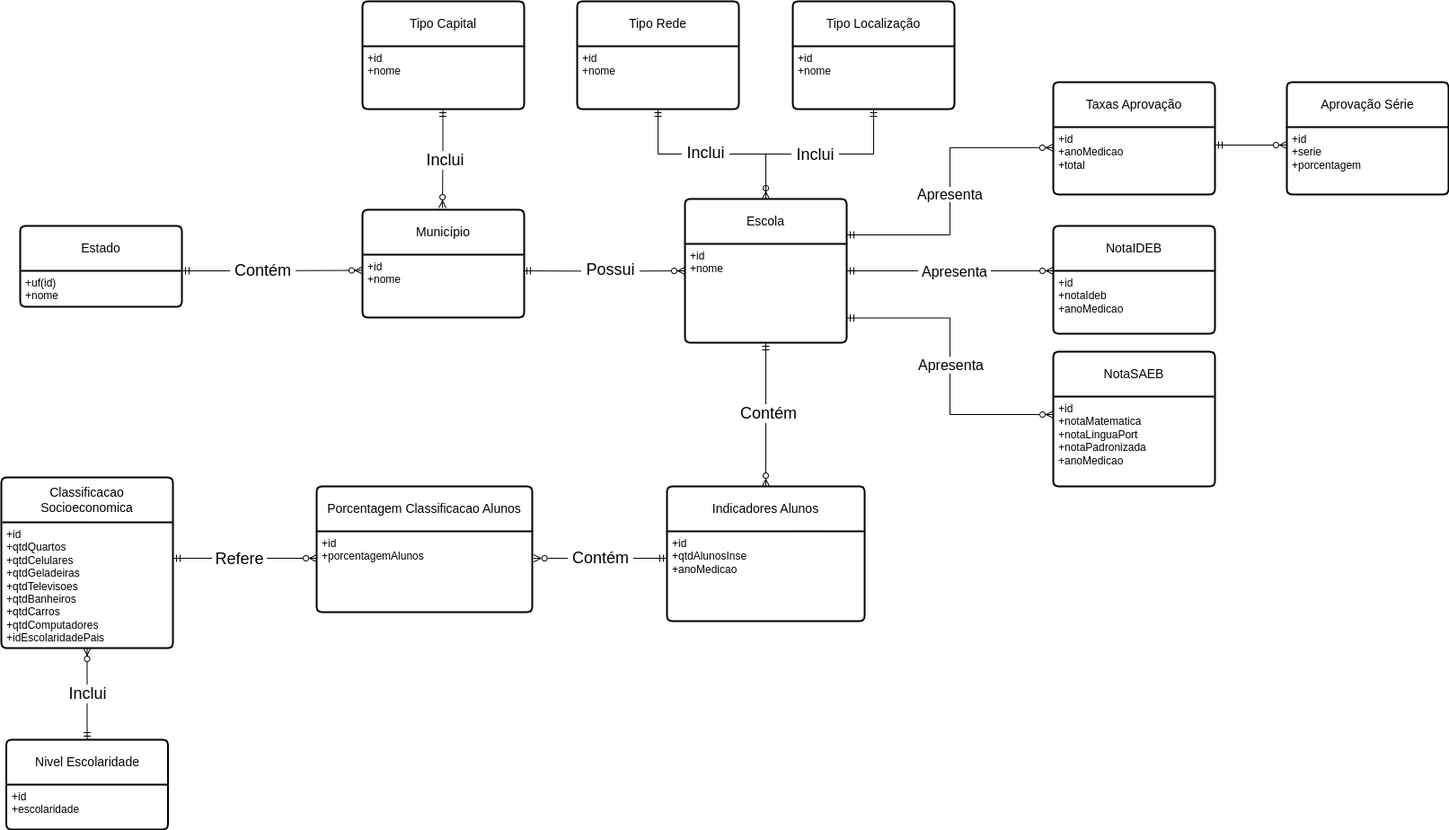
Above: models/Conceptual_Model.png in lucas-lembo/socioeconomic-education-impact-psql (draw.io), before the change. Source tidied: cells renumbered, new cells last; positions are measured from the earlier drawing's top-left corner, leaving out a move shared by most shapes.
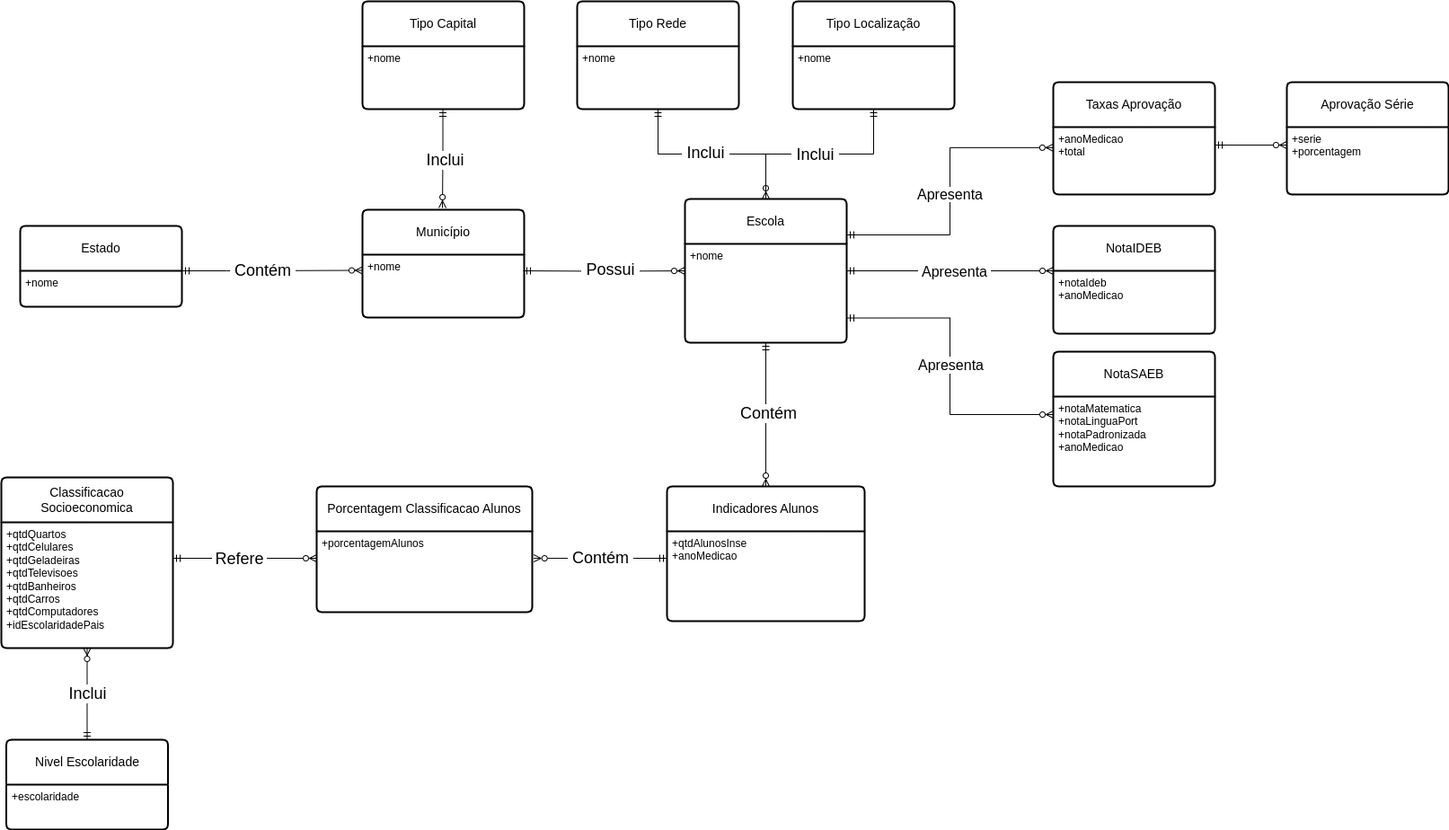
Later version of the same file.

Commit message:
Removing ids from the conceptual model

Diff of the diagram source:
```diff
@@ -16,13 +16,13 @@
     <mxCell id="4" value="Estado" style="swimlane;horizontal=1;startSize=50;rounded=1;fontSize=14;fontStyle=0;strokeWidth=2;shadow=0;dashed=0;align=center;arcSize=4;whiteSpace=wrap;html=1;" parent="1" vertex="1">
       <mxGeometry x="21" y="250" width="180" height="90" as="geometry" />
     </mxCell>
-    <mxCell id="5" value="+uf(id)&lt;div&gt;+nome&lt;/div&gt;" style="align=left;strokeColor=none;fillColor=none;spacingLeft=4;spacingRight=4;fontSize=12;verticalAlign=top;html=1;whiteSpace=wrap;" parent="4" vertex="1">
+    <mxCell id="5" value="&lt;div&gt;+nome&lt;/div&gt;" style="align=left;strokeColor=none;fillColor=none;spacingLeft=4;spacingRight=4;fontSize=12;verticalAlign=top;html=1;whiteSpace=wrap;" parent="4" vertex="1">
       <mxGeometry y="50" width="180" height="40" as="geometry" />
     </mxCell>
     <mxCell id="6" value="Município" style="swimlane;horizontal=1;startSize=50;rounded=1;fontSize=14;fontStyle=0;strokeWidth=2;shadow=0;dashed=0;align=center;arcSize=4;whiteSpace=wrap;html=1;" parent="1" vertex="1">
       <mxGeometry x="402" y="232" width="180" height="120" as="geometry" />
     </mxCell>
-    <mxCell id="7" value="+id&lt;span style=&quot;background-color: transparent; color: light-dark(rgb(0, 0, 0), rgb(255, 255, 255));&quot;&gt;&amp;nbsp;&lt;/span&gt;&lt;div&gt;&lt;div&gt;+nome&lt;/div&gt;&lt;/div&gt;&lt;div&gt;&lt;br&gt;&lt;/div&gt;" style="align=left;strokeColor=none;fillColor=none;spacingLeft=4;spacingRight=4;fontSize=12;verticalAlign=top;html=1;whiteSpace=wrap;" parent="6" vertex="1">
+    <mxCell id="7" value="&lt;div&gt;&lt;div&gt;+nome&lt;/div&gt;&lt;/div&gt;&lt;div&gt;&lt;br&gt;&lt;/div&gt;" style="align=left;strokeColor=none;fillColor=none;spacingLeft=4;spacingRight=4;fontSize=12;verticalAlign=top;html=1;whiteSpace=wrap;" parent="6" vertex="1">
       <mxGeometry y="50" width="180" height="70" as="geometry" />
     </mxCell>
     <mxCell id="8" style="edgeStyle=orthogonalEdgeStyle;rounded=0;jettySize=auto;html=1;exitX=0.5;exitY=0;exitDx=0;exitDy=0;entryX=0.5;entryY=1;entryDx=0;entryDy=0;endArrow=ERmandOne;endFill=0;startArrow=ERzeroToMany;startFill=0;" parent="1" edge="1" source="12" target="53">
@@ -40,37 +40,37 @@
     <mxCell id="12" value="Escola" style="swimlane;horizontal=1;startSize=50;rounded=1;fontSize=14;fontStyle=0;strokeWidth=2;shadow=0;dashed=0;align=center;arcSize=4;whiteSpace=wrap;html=1;" parent="1" vertex="1">
       <mxGeometry x="761" y="220" width="180" height="160" as="geometry" />
     </mxCell>
-    <mxCell id="13" value="+id&lt;div&gt;&lt;span style=&quot;background-color: transparent; color: light-dark(rgb(0, 0, 0), rgb(255, 255, 255));&quot;&gt;+nome&lt;/span&gt;&lt;/div&gt;" style="align=left;strokeColor=none;fillColor=none;spacingLeft=4;spacingRight=4;fontSize=12;verticalAlign=top;html=1;whiteSpace=wrap;" parent="12" vertex="1">
+    <mxCell id="13" value="&lt;div&gt;&lt;span style=&quot;background-color: transparent; color: light-dark(rgb(0, 0, 0), rgb(255, 255, 255));&quot;&gt;+nome&lt;/span&gt;&lt;/div&gt;" style="align=left;strokeColor=none;fillColor=none;spacingLeft=4;spacingRight=4;fontSize=12;verticalAlign=top;html=1;whiteSpace=wrap;" parent="12" vertex="1">
       <mxGeometry y="50" width="180" height="110" as="geometry" />
     </mxCell>
     <mxCell id="14" value="Classificacao Socioeconomica" style="swimlane;horizontal=1;startSize=50;rounded=1;fontSize=14;fontStyle=0;strokeWidth=2;shadow=0;dashed=0;align=center;arcSize=4;whiteSpace=wrap;html=1;" parent="1" vertex="1">
       <mxGeometry y="530" width="191" height="190" as="geometry" />
     </mxCell>
-    <mxCell id="15" value="&lt;div&gt;+id&lt;/div&gt;&lt;div&gt;+qtdQuartos&lt;/div&gt;&lt;div&gt;+qtdCelulares&lt;/div&gt;&lt;div&gt;&lt;span style=&quot;background-color: transparent; color: light-dark(rgb(0, 0, 0), rgb(255, 255, 255));&quot;&gt;+qtdGeladeiras&lt;/span&gt;&lt;/div&gt;&lt;div&gt;+qtdTelevisoes&lt;/div&gt;&lt;div&gt;&lt;div&gt;&lt;span style=&quot;background-color: transparent; color: light-dark(rgb(0, 0, 0), rgb(255, 255, 255));&quot;&gt;+qtdBanheiros&lt;/span&gt;&lt;/div&gt;&lt;/div&gt;&lt;div&gt;&lt;span style=&quot;background-color: transparent; color: light-dark(rgb(0, 0, 0), rgb(255, 255, 255));&quot;&gt;+qtdCarros&lt;/span&gt;&lt;/div&gt;&lt;div&gt;+qtdComputadores&lt;/div&gt;&lt;div&gt;&lt;div&gt;+idEscolaridadePais&lt;/div&gt;&lt;/div&gt;&lt;div&gt;&lt;br&gt;&lt;/div&gt;" style="align=left;strokeColor=none;fillColor=none;spacingLeft=4;spacingRight=4;fontSize=12;verticalAlign=top;html=1;whiteSpace=wrap;" parent="14" vertex="1">
+    <mxCell id="15" value="&lt;div&gt;&lt;span style=&quot;background-color: transparent; color: light-dark(rgb(0, 0, 0), rgb(255, 255, 255));&quot;&gt;+qtdQuartos&lt;/span&gt;&lt;/div&gt;&lt;div&gt;+qtdCelulares&lt;/div&gt;&lt;div&gt;&lt;span style=&quot;background-color: transparent; color: light-dark(rgb(0, 0, 0), rgb(255, 255, 255));&quot;&gt;+qtdGeladeiras&lt;/span&gt;&lt;/div&gt;&lt;div&gt;+qtdTelevisoes&lt;/div&gt;&lt;div&gt;&lt;div&gt;&lt;span style=&quot;background-color: transparent; color: light-dark(rgb(0, 0, 0), rgb(255, 255, 255));&quot;&gt;+qtdBanheiros&lt;/span&gt;&lt;/div&gt;&lt;/div&gt;&lt;div&gt;&lt;span style=&quot;background-color: transparent; color: light-dark(rgb(0, 0, 0), rgb(255, 255, 255));&quot;&gt;+qtdCarros&lt;/span&gt;&lt;/div&gt;&lt;div&gt;+qtdComputadores&lt;/div&gt;&lt;div&gt;&lt;div&gt;+idEscolaridadePais&lt;/div&gt;&lt;/div&gt;&lt;div&gt;&lt;br&gt;&lt;/div&gt;" style="align=left;strokeColor=none;fillColor=none;spacingLeft=4;spacingRight=4;fontSize=12;verticalAlign=top;html=1;whiteSpace=wrap;" parent="14" vertex="1">
       <mxGeometry y="50" width="191" height="140" as="geometry" />
     </mxCell>
     <mxCell id="16" value="NotaSAEB" style="swimlane;horizontal=1;startSize=50;rounded=1;fontSize=14;fontStyle=0;strokeWidth=2;shadow=0;dashed=0;align=center;arcSize=4;whiteSpace=wrap;html=1;" parent="1" vertex="1">
       <mxGeometry x="1171" y="390" width="180" height="150" as="geometry" />
     </mxCell>
-    <mxCell id="17" value="+id&lt;div&gt;&lt;div&gt;&lt;span style=&quot;background-color: transparent; color: light-dark(rgb(0, 0, 0), rgb(255, 255, 255));&quot;&gt;+notaMatematica&lt;/span&gt;&lt;/div&gt;&lt;div&gt;+notaLinguaPort&lt;/div&gt;&lt;div&gt;+notaPadronizada&lt;/div&gt;&lt;div&gt;+anoMedicao&lt;/div&gt;&lt;/div&gt;" style="align=left;strokeColor=none;fillColor=none;spacingLeft=4;spacingRight=4;fontSize=12;verticalAlign=top;html=1;whiteSpace=wrap;" parent="16" vertex="1">
+    <mxCell id="17" value="&lt;div&gt;&lt;div&gt;&lt;span style=&quot;background-color: transparent; color: light-dark(rgb(0, 0, 0), rgb(255, 255, 255));&quot;&gt;+notaMatematica&lt;/span&gt;&lt;/div&gt;&lt;div&gt;+notaLinguaPort&lt;/div&gt;&lt;div&gt;+notaPadronizada&lt;/div&gt;&lt;div&gt;+anoMedicao&lt;/div&gt;&lt;/div&gt;" style="align=left;strokeColor=none;fillColor=none;spacingLeft=4;spacingRight=4;fontSize=12;verticalAlign=top;html=1;whiteSpace=wrap;" parent="16" vertex="1">
       <mxGeometry y="50" width="180" height="100" as="geometry" />
     </mxCell>
     <mxCell id="18" value="NotaIDEB" style="swimlane;horizontal=1;startSize=50;rounded=1;fontSize=14;fontStyle=0;strokeWidth=2;shadow=0;dashed=0;align=center;arcSize=4;whiteSpace=wrap;html=1;" parent="1" vertex="1">
       <mxGeometry x="1171" y="250" width="180" height="120" as="geometry" />
     </mxCell>
-    <mxCell id="19" value="+id&lt;div&gt;&lt;span style=&quot;background-color: transparent; color: light-dark(rgb(0, 0, 0), rgb(255, 255, 255));&quot;&gt;+notaIdeb&lt;/span&gt;&lt;div&gt;&lt;div&gt;&lt;span style=&quot;background-color: transparent; color: light-dark(rgb(0, 0, 0), rgb(255, 255, 255));&quot;&gt;+anoMedicao&lt;/span&gt;&lt;/div&gt;&lt;/div&gt;&lt;/div&gt;" style="align=left;strokeColor=none;fillColor=none;spacingLeft=4;spacingRight=4;fontSize=12;verticalAlign=top;html=1;whiteSpace=wrap;" parent="18" vertex="1">
+    <mxCell id="19" value="&lt;div&gt;&lt;span style=&quot;background-color: transparent; color: light-dark(rgb(0, 0, 0), rgb(255, 255, 255));&quot;&gt;+notaIdeb&lt;/span&gt;&lt;div&gt;&lt;div&gt;&lt;span style=&quot;background-color: transparent; color: light-dark(rgb(0, 0, 0), rgb(255, 255, 255));&quot;&gt;+anoMedicao&lt;/span&gt;&lt;/div&gt;&lt;/div&gt;&lt;/div&gt;" style="align=left;strokeColor=none;fillColor=none;spacingLeft=4;spacingRight=4;fontSize=12;verticalAlign=top;html=1;whiteSpace=wrap;" parent="18" vertex="1">
       <mxGeometry y="50" width="180" height="70" as="geometry" />
     </mxCell>
     <mxCell id="20" value="Taxas Aprovação" style="swimlane;horizontal=1;startSize=50;rounded=1;fontSize=14;fontStyle=0;strokeWidth=2;shadow=0;dashed=0;align=center;arcSize=4;whiteSpace=wrap;html=1;" parent="1" vertex="1">
       <mxGeometry x="1171" y="90" width="180" height="125" as="geometry" />
     </mxCell>
-    <mxCell id="21" value="+id&lt;div&gt;&lt;div&gt;&lt;div&gt;&lt;span style=&quot;background-color: transparent; color: light-dark(rgb(0, 0, 0), rgb(255, 255, 255));&quot;&gt;+anoMedicao&lt;/span&gt;&lt;/div&gt;&lt;/div&gt;&lt;/div&gt;&lt;div&gt;&lt;span style=&quot;background-color: transparent; color: light-dark(rgb(0, 0, 0), rgb(255, 255, 255));&quot;&gt;+total&lt;/span&gt;&lt;/div&gt;" style="align=left;strokeColor=none;fillColor=none;spacingLeft=4;spacingRight=4;fontSize=12;verticalAlign=top;html=1;whiteSpace=wrap;" parent="20" vertex="1">
+    <mxCell id="21" value="&lt;div&gt;&lt;div&gt;&lt;div&gt;&lt;span style=&quot;background-color: transparent; color: light-dark(rgb(0, 0, 0), rgb(255, 255, 255));&quot;&gt;+anoMedicao&lt;/span&gt;&lt;/div&gt;&lt;/div&gt;&lt;/div&gt;&lt;div&gt;&lt;span style=&quot;background-color: transparent; color: light-dark(rgb(0, 0, 0), rgb(255, 255, 255));&quot;&gt;+total&lt;/span&gt;&lt;/div&gt;" style="align=left;strokeColor=none;fillColor=none;spacingLeft=4;spacingRight=4;fontSize=12;verticalAlign=top;html=1;whiteSpace=wrap;" parent="20" vertex="1">
       <mxGeometry y="50" width="180" height="75" as="geometry" />
     </mxCell>
     <mxCell id="22" value="Nivel Escolaridade" style="swimlane;horizontal=1;startSize=50;rounded=1;fontSize=14;fontStyle=0;strokeWidth=2;shadow=0;dashed=0;align=center;arcSize=4;whiteSpace=wrap;html=1;" parent="1" vertex="1">
       <mxGeometry x="5.5" y="822" width="180" height="100" as="geometry" />
     </mxCell>
-    <mxCell id="23" value="&lt;div&gt;&lt;span style=&quot;background-color: transparent; color: light-dark(rgb(0, 0, 0), rgb(255, 255, 255));&quot;&gt;+id&lt;/span&gt;&lt;/div&gt;&lt;div&gt;&lt;span style=&quot;background-color: transparent; color: light-dark(rgb(0, 0, 0), rgb(255, 255, 255));&quot;&gt;+escolaridade&lt;/span&gt;&lt;/div&gt;" style="align=left;strokeColor=none;fillColor=none;spacingLeft=4;spacingRight=4;fontSize=12;verticalAlign=top;html=1;whiteSpace=wrap;" parent="22" vertex="1">
+    <mxCell id="23" value="&lt;div&gt;&lt;span style=&quot;background-color: transparent; color: light-dark(rgb(0, 0, 0), rgb(255, 255, 255));&quot;&gt;+escolaridade&lt;/span&gt;&lt;/div&gt;" style="align=left;strokeColor=none;fillColor=none;spacingLeft=4;spacingRight=4;fontSize=12;verticalAlign=top;html=1;whiteSpace=wrap;" parent="22" vertex="1">
       <mxGeometry y="50" width="180" height="50" as="geometry" />
     </mxCell>
     <mxCell id="24" style="edgeStyle=orthogonalEdgeStyle;rounded=0;jettySize=auto;html=1;entryX=0;entryY=0.25;entryDx=0;entryDy=0;endArrow=ERzeroToMany;endFill=0;startArrow=ERmandOne;startFill=0;" parent="1" edge="1" source="5" target="7">
@@ -97,7 +97,7 @@
     <mxCell id="28" value="Indicadores Alunos" style="swimlane;horizontal=1;startSize=50;rounded=1;fontSize=14;fontStyle=0;strokeWidth=2;shadow=0;dashed=0;align=center;arcSize=4;whiteSpace=wrap;html=1;" parent="1" vertex="1">
       <mxGeometry x="741" y="540" width="220" height="150" as="geometry" />
     </mxCell>
-    <mxCell id="29" value="+id&lt;div&gt;&lt;div&gt;&lt;div&gt;+qtdAlunosInse&lt;/div&gt;&lt;/div&gt;&lt;div&gt;+anoMedicao&lt;/div&gt;&lt;/div&gt;" style="align=left;strokeColor=none;fillColor=none;spacingLeft=4;spacingRight=4;fontSize=12;verticalAlign=top;html=1;whiteSpace=wrap;" parent="28" vertex="1">
+    <mxCell id="29" value="&lt;div&gt;&lt;div&gt;&lt;div&gt;+qtdAlunosInse&lt;/div&gt;&lt;/div&gt;&lt;div&gt;+anoMedicao&lt;/div&gt;&lt;/div&gt;" style="align=left;strokeColor=none;fillColor=none;spacingLeft=4;spacingRight=4;fontSize=12;verticalAlign=top;html=1;whiteSpace=wrap;" parent="28" vertex="1">
       <mxGeometry y="50" width="220" height="100" as="geometry" />
     </mxCell>
     <mxCell id="30" style="edgeStyle=orthogonalEdgeStyle;rounded=0;jettySize=auto;html=1;entryX=0.5;entryY=0;entryDx=0;entryDy=0;endArrow=ERzeroToMany;endFill=0;startArrow=ERmandOne;startFill=0;exitX=0.5;exitY=1;exitDx=0;exitDy=0;" parent="1" edge="1" source="13" target="28">
@@ -112,7 +112,7 @@
     <mxCell id="33" value="Porcentagem Classificacao Alunos" style="swimlane;horizontal=1;startSize=50;rounded=1;fontSize=14;fontStyle=0;strokeWidth=2;shadow=0;dashed=0;align=center;arcSize=4;whiteSpace=wrap;html=1;" parent="1" vertex="1">
       <mxGeometry x="351" y="540" width="240" height="140" as="geometry" />
     </mxCell>
-    <mxCell id="34" value="&lt;div&gt;&lt;span style=&quot;background-color: transparent; color: light-dark(rgb(0, 0, 0), rgb(255, 255, 255));&quot;&gt;+id&lt;/span&gt;&lt;/div&gt;&lt;div style=&quot;&quot;&gt;&lt;div&gt;+porcentagemAlunos&lt;/div&gt;&lt;/div&gt;" style="align=left;strokeColor=none;fillColor=none;spacingLeft=4;spacingRight=4;fontSize=12;verticalAlign=top;html=1;whiteSpace=wrap;" parent="33" vertex="1">
+    <mxCell id="34" value="&lt;div&gt;&lt;span style=&quot;background-color: transparent; color: light-dark(rgb(0, 0, 0), rgb(255, 255, 255));&quot;&gt;+porcentagemAlunos&lt;/span&gt;&lt;/div&gt;" style="align=left;strokeColor=none;fillColor=none;spacingLeft=4;spacingRight=4;fontSize=12;verticalAlign=top;html=1;whiteSpace=wrap;" parent="33" vertex="1">
       <mxGeometry y="50" width="240" height="90" as="geometry" />
     </mxCell>
     <mxCell id="35" style="edgeStyle=orthogonalEdgeStyle;rounded=0;jettySize=auto;html=1;entryX=1.007;entryY=0.334;entryDx=0;entryDy=0;entryPerimeter=0;endArrow=ERzeroToMany;endFill=0;startArrow=ERmandOne;startFill=0;" parent="1" edge="1" source="29" target="34">
@@ -186,7 +186,7 @@
     <mxCell id="47" value="Aprovação Série" style="swimlane;horizontal=1;startSize=50;rounded=1;fontSize=14;fontStyle=0;strokeWidth=2;shadow=0;dashed=0;align=center;arcSize=4;whiteSpace=wrap;html=1;" parent="1" vertex="1">
       <mxGeometry x="1431" y="90" width="180" height="125" as="geometry" />
     </mxCell>
-    <mxCell id="48" value="+id&lt;div&gt;+serie&lt;br&gt;&lt;div&gt;&lt;div&gt;&lt;div&gt;&lt;span style=&quot;background-color: transparent; color: light-dark(rgb(0, 0, 0), rgb(255, 255, 255));&quot;&gt;+porcentagem&lt;/span&gt;&lt;/div&gt;&lt;/div&gt;&lt;/div&gt;&lt;/div&gt;" style="align=left;strokeColor=none;fillColor=none;spacingLeft=4;spacingRight=4;fontSize=12;verticalAlign=top;html=1;whiteSpace=wrap;" parent="47" vertex="1">
+    <mxCell id="48" value="&lt;div&gt;+serie&lt;br&gt;&lt;div&gt;&lt;div&gt;&lt;div&gt;&lt;span style=&quot;background-color: transparent; color: light-dark(rgb(0, 0, 0), rgb(255, 255, 255));&quot;&gt;+porcentagem&lt;/span&gt;&lt;/div&gt;&lt;/div&gt;&lt;/div&gt;&lt;/div&gt;" style="align=left;strokeColor=none;fillColor=none;spacingLeft=4;spacingRight=4;fontSize=12;verticalAlign=top;html=1;whiteSpace=wrap;" parent="47" vertex="1">
       <mxGeometry y="50" width="180" height="75" as="geometry" />
     </mxCell>
     <mxCell id="49" style="edgeStyle=orthogonalEdgeStyle;rounded=0;jettySize=auto;html=1;endArrow=ERzeroToMany;endFill=0;startArrow=ERmandOne;startFill=0;" parent="1" edge="1" source="21">
@@ -200,19 +200,19 @@
     <mxCell id="50" value="Tipo Capital" style="swimlane;horizontal=1;startSize=50;rounded=1;fontSize=14;fontStyle=0;strokeWidth=2;shadow=0;dashed=0;align=center;arcSize=4;whiteSpace=wrap;html=1;" parent="1" vertex="1">
       <mxGeometry x="402" width="180" height="120" as="geometry" />
     </mxCell>
-    <mxCell id="51" value="+id&lt;span style=&quot;background-color: transparent; color: light-dark(rgb(0, 0, 0), rgb(255, 255, 255));&quot;&gt;&amp;nbsp;&lt;/span&gt;&lt;div&gt;&lt;div&gt;+nome&lt;/div&gt;&lt;/div&gt;" style="align=left;strokeColor=none;fillColor=none;spacingLeft=4;spacingRight=4;fontSize=12;verticalAlign=top;html=1;whiteSpace=wrap;" parent="50" vertex="1">
+    <mxCell id="51" value="&lt;div&gt;&lt;div&gt;+nome&lt;/div&gt;&lt;/div&gt;" style="align=left;strokeColor=none;fillColor=none;spacingLeft=4;spacingRight=4;fontSize=12;verticalAlign=top;html=1;whiteSpace=wrap;" parent="50" vertex="1">
       <mxGeometry y="50" width="180" height="70" as="geometry" />
     </mxCell>
     <mxCell id="52" value="Tipo Rede" style="swimlane;horizontal=1;startSize=50;rounded=1;fontSize=14;fontStyle=0;strokeWidth=2;shadow=0;dashed=0;align=center;arcSize=4;whiteSpace=wrap;html=1;" parent="1" vertex="1">
       <mxGeometry x="641" width="180" height="120" as="geometry" />
     </mxCell>
-    <mxCell id="53" value="+id&lt;span style=&quot;background-color: transparent; color: light-dark(rgb(0, 0, 0), rgb(255, 255, 255));&quot;&gt;&amp;nbsp;&lt;/span&gt;&lt;div&gt;&lt;div&gt;+nome&lt;/div&gt;&lt;/div&gt;" style="align=left;strokeColor=none;fillColor=none;spacingLeft=4;spacingRight=4;fontSize=12;verticalAlign=top;html=1;whiteSpace=wrap;" parent="52" vertex="1">
+    <mxCell id="53" value="&lt;div&gt;&lt;div&gt;+nome&lt;/div&gt;&lt;/div&gt;" style="align=left;strokeColor=none;fillColor=none;spacingLeft=4;spacingRight=4;fontSize=12;verticalAlign=top;html=1;whiteSpace=wrap;" parent="52" vertex="1">
       <mxGeometry y="50" width="180" height="70" as="geometry" />
     </mxCell>
     <mxCell id="54" value="Tipo Localização" style="swimlane;horizontal=1;startSize=50;rounded=1;fontSize=14;fontStyle=0;strokeWidth=2;shadow=0;dashed=0;align=center;arcSize=4;whiteSpace=wrap;html=1;" parent="1" vertex="1">
       <mxGeometry x="881" width="180" height="120" as="geometry" />
     </mxCell>
-    <mxCell id="55" value="+id&lt;span style=&quot;background-color: transparent; color: light-dark(rgb(0, 0, 0), rgb(255, 255, 255));&quot;&gt;&amp;nbsp;&lt;/span&gt;&lt;div&gt;&lt;div&gt;+nome&lt;/div&gt;&lt;/div&gt;" style="align=left;strokeColor=none;fillColor=none;spacingLeft=4;spacingRight=4;fontSize=12;verticalAlign=top;html=1;whiteSpace=wrap;" parent="54" vertex="1">
+    <mxCell id="55" value="&lt;div&gt;&lt;div&gt;+nome&lt;/div&gt;&lt;/div&gt;" style="align=left;strokeColor=none;fillColor=none;spacingLeft=4;spacingRight=4;fontSize=12;verticalAlign=top;html=1;whiteSpace=wrap;" parent="54" vertex="1">
       <mxGeometry y="50" width="180" height="70" as="geometry" />
     </mxCell>
   </root>
```
